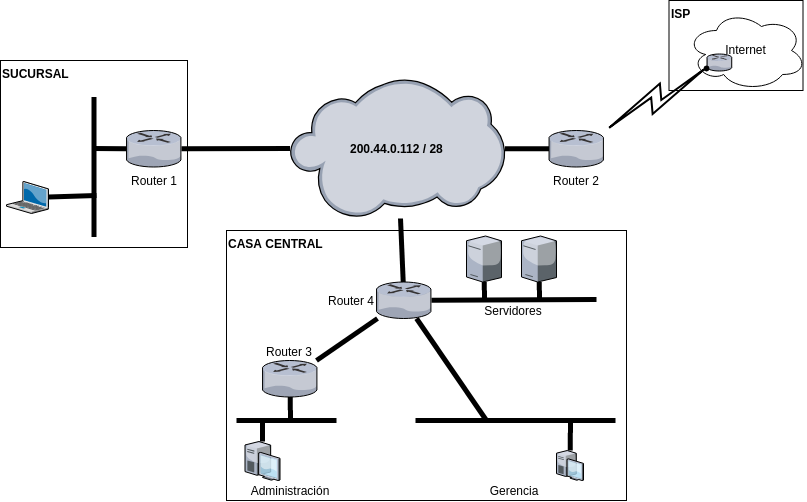
Before: images/ejercicio-ruteo-estatico.png, a diagram exported from draw.io (redesunlu/tyr-trabajos-practicos). Source tidied: cells renumbered, new cells last; positions are measured from the earlier drawing's top-left corner, leaving out a move shared by most shapes.
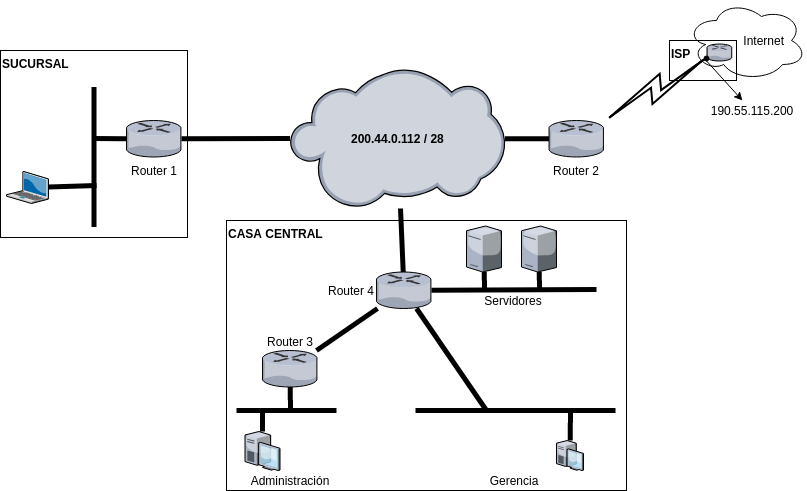
The same diagram one commit later.

Commit message:
se genera ejercicio de ruteo final

Diff of the diagram source:
```diff
@@ -8,9 +8,6 @@
     <mxCell id="3" value="CASA CENTRAL" style="rounded=0;whiteSpace=wrap;html=1;fillColor=none;align=left;verticalAlign=top;fontStyle=1;" parent="1" vertex="1">
       <mxGeometry x="226" y="230" width="400" height="270" as="geometry" />
     </mxCell>
-    <mxCell id="4" value="ISP" style="rounded=0;whiteSpace=wrap;html=1;fillColor=none;align=left;fontStyle=1;verticalAlign=top;" parent="1" vertex="1">
-      <mxGeometry x="668.5" width="134" height="90" as="geometry" />
-    </mxCell>
     <mxCell id="5" value="Router 4" style="verticalLabelPosition=middle;html=1;verticalAlign=middle;strokeColor=none;align=right;outlineConnect=0;shape=mxgraph.citrix.router;labelPosition=left;" parent="1" vertex="1">
       <mxGeometry x="376" y="281.5" width="55" height="36.5" as="geometry" />
     </mxCell>
@@ -119,7 +116,7 @@
         <mxPoint x="539" y="300" as="sourcePoint" />
       </mxGeometry>
     </mxCell>
-    <mxCell id="32" value="Internet" style="ellipse;shape=cloud;whiteSpace=wrap;html=1;" parent="1" vertex="1">
+    <mxCell id="32" value="Internet&amp;nbsp; &amp;nbsp; &amp;nbsp;&amp;nbsp;" style="ellipse;shape=cloud;whiteSpace=wrap;html=1;align=right;verticalAlign=middle;labelPosition=center;verticalLabelPosition=middle;" parent="1" vertex="1">
       <mxGeometry x="686" y="10" width="120" height="80" as="geometry" />
     </mxCell>
     <mxCell id="33" style="verticalLabelPosition=bottom;html=1;verticalAlign=top;strokeColor=none;align=center;shape=mxgraph.citrix.router;" parent="1" vertex="1">
@@ -150,5 +147,14 @@
     <mxCell id="40" style="endArrow=none;html=1;strokeWidth=5;" parent="1" edge="1" source="5" target="9">
       <mxGeometry relative="1" as="geometry" />
     </mxCell>
+    <mxCell id="41" style="endArrow=classic;html=1;exitX=0.5;exitY=1;exitDx=0;exitDy=0;" parent="1" edge="1" source="34" target="42">
+      <mxGeometry relative="1" as="geometry" />
+    </mxCell>
+    <mxCell id="4" value="ISP" style="rounded=0;whiteSpace=wrap;html=1;fillColor=none;align=left;fontStyle=1;verticalAlign=top;" parent="1" vertex="1">
+      <mxGeometry x="669" y="50" width="67" height="40" as="geometry" />
+    </mxCell>
+    <mxCell id="42" value="190.55.115.200" style="text;html=1;strokeColor=none;fillColor=none;align=center;verticalAlign=middle;whiteSpace=wrap;rounded=0;" parent="1" vertex="1">
+      <mxGeometry x="706" y="110" width="90" height="20" as="geometry" />
+    </mxCell>
   </root>
 </mxGraphModel>
```
